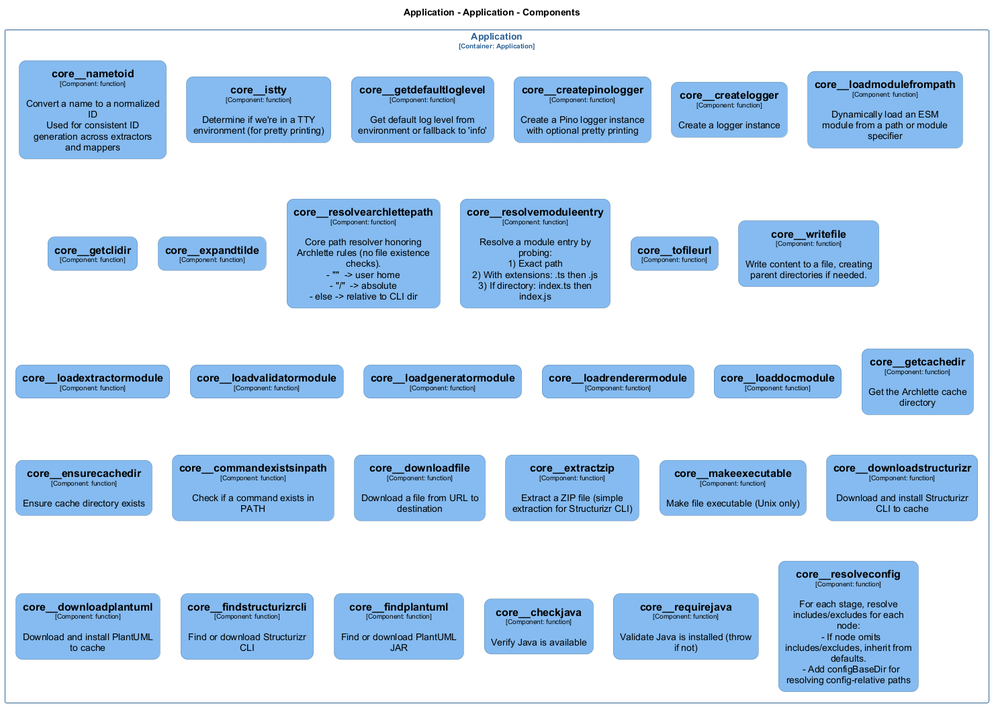
chrislyons-dev/archlette keeps this PlantUML diagram as src/templates/docs/architecture/diagrams/structurizr-Classes_default_container__core.png. Above is the earlier version.
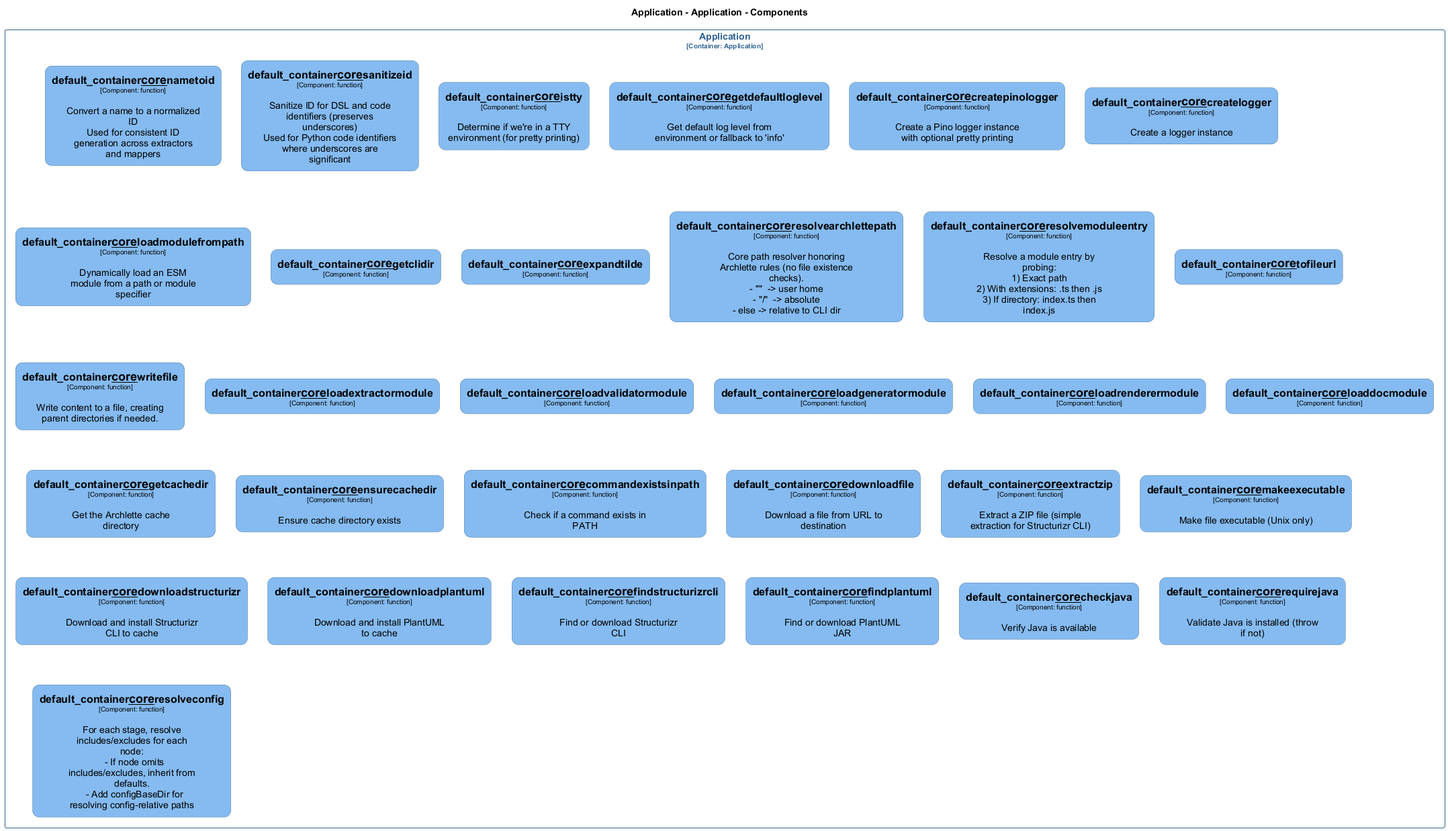
After the commit.

What changed in the source:
```diff
@@ -18,3 +18,3 @@
 
-skinparam rectangle<<Application.Application.core__checkjava>> {
+skinparam rectangle<<Application.Application.default_container__core__checkjava>> {
   BackgroundColor #85bbf0
@@ -25,3 +25,3 @@
 }
-skinparam rectangle<<Application.Application.core__commandexistsinpath>> {
+skinparam rectangle<<Application.Application.default_container__core__commandexistsinpath>> {
   BackgroundColor #85bbf0
@@ -32,3 +32,3 @@
 }
-skinparam rectangle<<Application.Application.core__createlogger>> {
+skinparam rectangle<<Application.Application.default_container__core__createlogger>> {
   BackgroundColor #85bbf0
@@ -39,3 +39,3 @@
 }
-skinparam rectangle<<Application.Application.core__createpinologger>> {
+skinparam rectangle<<Application.Application.default_container__core__createpinologger>> {
   BackgroundColor #85bbf0
@@ -46,3 +46,3 @@
 }
-skinparam rectangle<<Application.Application.core__downloadfile>> {
+skinparam rectangle<<Application.Application.default_container__core__downloadfile>> {
   BackgroundColor #85bbf0
@@ -53,3 +53,3 @@
 }
-skinparam rectangle<<Application.Application.core__downloadplantuml>> {
+skinparam rectangle<<Application.Application.default_container__core__downloadplantuml>> {
   BackgroundColor #85bbf0
@@ -60,3 +60,3 @@
 }
-skinparam rectangle<<Application.Application.core__downloadstructurizr>> {
+skinparam rectangle<<Application.Application.default_container__core__downloadstructurizr>> {
   BackgroundColor #85bbf0
@@ -67,3 +67,3 @@
 }
-skinparam rectangle<<Application.Application.core__ensurecachedir>> {
+skinparam rectangle<<Application.Application.default_container__core__ensurecachedir>> {
   BackgroundColor #85bbf0
@@ -74,3 +74,3 @@
 }
-skinparam rectangle<<Application.Application.core__expandtilde>> {
+skinparam rectangle<<Application.Application.default_container__core__expandtilde>> {
   BackgroundColor #85bbf0
@@ -81,3 +81,3 @@
 }
-skinparam rectangle<<Application.Application.core__extractzip>> {
+skinparam rectangle<<Application.Application.default_container__core__extractzip>> {
   BackgroundColor #85bbf0
@@ -88,3 +88,3 @@
 }
-skinparam rectangle<<Application.Application.core__findplantuml>> {
+skinparam rectangle<<Application.Application.default_container__core__findplantuml>> {
   BackgroundColor #85bbf0
@@ -95,3 +95,3 @@
 }
-skinparam rectangle<<Application.Application.core__findstructurizrcli>> {
+skinparam rectangle<<Application.Application.default_container__core__findstructurizrcli>> {
   BackgroundColor #85bbf0
@@ -102,3 +102,3 @@
 }
-skinparam rectangle<<Application.Application.core__getcachedir>> {
+skinparam rectangle<<Application.Application.default_container__core__getcachedir>> {
   BackgroundColor #85bbf0
@@ -109,3 +109,3 @@
 }
-skinparam rectangle<<Application.Application.core__getclidir>> {
+skinparam rectangle<<Application.Application.default_container__core__getclidir>> {
   BackgroundColor #85bbf0
@@ -116,3 +116,3 @@
 }
-skinparam rectangle<<Application.Application.core__getdefaultloglevel>> {
+skinparam rectangle<<Application.Application.default_container__core__getdefaultloglevel>> {
   BackgroundColor #85bbf0
@@ -123,3 +123,3 @@
 }
-skinparam rectangle<<Application.Application.core__istty>> {
+skinparam rectangle<<Application.Application.default_container__core__istty>> {
   BackgroundColor #85bbf0
@@ -130,3 +130,3 @@
 }
-skinparam rectangle<<Application.Application.core__loaddocmodule>> {
+skinparam rectangle<<Application.Application.default_container__core__loaddocmodule>> {
   BackgroundColor #85bbf0
@@ -137,3 +137,3 @@
 }
-skinparam rectangle<<Application.Application.core__loadextractormodule>> {
+skinparam rectangle<<Application.Application.default_container__core__loadextractormodule>> {
   BackgroundColor #85bbf0
@@ -144,3 +144,3 @@
 }
-skinparam rectangle<<Application.Application.core__loadgeneratormodule>> {
+skinparam rectangle<<Application.Application.default_container__core__loadgeneratormodule>> {
   BackgroundColor #85bbf0
@@ -151,3 +151,3 @@
 }
-skinparam rectangle<<Application.Application.core__loadmodulefrompath>> {
+skinparam rectangle<<Application.Application.default_container__core__loadmodulefrompath>> {
   BackgroundColor #85bbf0
@@ -158,3 +158,3 @@
 }
-skinparam rectangle<<Application.Application.core__loadrenderermodule>> {
+skinparam rectangle<<Application.Application.default_container__core__loadrenderermodule>> {
   BackgroundColor #85bbf0
@@ -165,3 +165,3 @@
 }
-skinparam rectangle<<Application.Application.core__loadvalidatormodule>> {
+skinparam rectangle<<Application.Application.default_container__core__loadvalidatormodule>> {
   BackgroundColor #85bbf0
@@ -172,3 +172,3 @@
 }
-skinparam rectangle<<Application.Application.core__makeexecutable>> {
+skinparam rectangle<<Application.Application.default_container__core__makeexecutable>> {
   BackgroundColor #85bbf0
@@ -179,3 +179,3 @@
 }
-skinparam rectangle<<Application.Application.core__nametoid>> {
+skinparam rectangle<<Application.Application.default_container__core__nametoid>> {
   BackgroundColor #85bbf0
@@ -186,3 +186,3 @@
 }
-skinparam rectangle<<Application.Application.core__requirejava>> {
+skinparam rectangle<<Application.Application.default_container__core__requirejava>> {
   BackgroundColor #85bbf0
@@ -193,3 +193,3 @@
 }
-skinparam rectangle<<Application.Application.core__resolvearchlettepath>> {
+skinparam rectangle<<Application.Application.default_container__core__resolvearchlettepath>> {
   BackgroundColor #85bbf0
@@ -200,3 +200,3 @@
 }
-skinparam rectangle<<Application.Application.core__resolveconfig>> {
+skinparam rectangle<<Application.Application.default_container__core__resolveconfig>> {
   BackgroundColor #85bbf0
@@ -207,3 +207,3 @@
 }
-skinparam rectangle<<Application.Application.core__resolvemoduleentry>> {
+skinparam rectangle<<Application.Application.default_container__core__resolvemoduleentry>> {
   BackgroundColor #85bbf0
@@ -214,3 +214,3 @@
 }
-skinparam rectangle<<Application.Application.core__tofileurl>> {
+skinparam rectangle<<Application.Application.default_container__core__sanitizeid>> {
   BackgroundColor #85bbf0
@@ -221,3 +221,10 @@
 }
-skinparam rectangle<<Application.Application.core__writefile>> {
+skinparam rectangle<<Application.Application.default_container__core__tofileurl>> {
+  BackgroundColor #85bbf0
+  FontColor #000000
+  BorderColor #5d82a8
+  roundCorner 20
+  shadowing false
+}
+skinparam rectangle<<Application.Application.default_container__core__writefile>> {
   BackgroundColor #85bbf0
@@ -235,32 +242,33 @@
 rectangle "Application\n<size:10>[Container: Application]</size>" <<Application.Application>> {
-  rectangle "==core__nametoid\n<size:10>[Component: function]</size>\n\nConvert a name to a normalized ID\nUsed for consistent ID generation across extractors and mappers" <<Application.Application.core__nametoid>> as Application.Application.core__nametoid
-  rectangle "==core__istty\n<size:10>[Component: function]</size>\n\nDetermine if we're in a TTY environment (for pretty printing)" <<Application.Application.core__istty>> as Application.Application.core__istty
-  rectangle "==core__getdefaultloglevel\n<size:10>[Component: function]</size>\n\nGet default log level from environment or fallback to 'info'" <<Application.Application.core__getdefaultloglevel>> as Application.Application.core__getdefaultloglevel
-  rectangle "==core__createpinologger\n<size:10>[Component: function]</size>\n\nCreate a Pino logger instance with optional pretty printing" <<Application.Application.core__createpinologger>> as Application.Application.core__createpinologger
-  rectangle "==core__createlogger\n<size:10>[Component: function]</size>\n\nCreate a logger instance" <<Application.Application.core__createlogger>> as Application.Application.core__createlogger
-  rectangle "==core__loadmodulefrompath\n<size:10>[Component: function]</size>\n\nDynamically load an ESM module from a path or module specifier" <<Application.Application.core__loadmodulefrompath>> as Application.Application.core__loadmodulefrompath
-  rectangle "==core__getclidir\n<size:10>[Component: function]</size>" <<Application.Application.core__getclidir>> as Application.Application.core__getclidir
-  rectangle "==core__expandtilde\n<size:10>[Component: function]</size>" <<Application.Application.core__expandtilde>> as Application.Application.core__expandtilde
-  rectangle "==core__resolvearchlettepath\n<size:10>[Component: function]</size>\n\nCore path resolver honoring Archlette rules (no file existence checks).\n- "~"  -> user home\n- "/"  -> absolute\n- else -> relative to CLI dir" <<Application.Application.core__resolvearchlettepath>> as Application.Application.core__resolvearchlettepath
-  rectangle "==core__resolvemoduleentry\n<size:10>[Component: function]</size>\n\nResolve a module entry by probing:\n1) Exact path\n2) With extensions: .ts then .js\n3) If directory: index.ts then index.js" <<Application.Application.core__resolvemoduleentry>> as Application.Application.core__resolvemoduleentry
-  rectangle "==core__tofileurl\n<size:10>[Component: function]</size>" <<Application.Application.core__tofileurl>> as Application.Application.core__tofileurl
-  rectangle "==core__writefile\n<size:10>[Component: function]</size>\n\nWrite content to a file, creating parent directories if needed." <<Application.Application.core__writefile>> as Application.Application.core__writefile
-  rectangle "==core__loadextractormodule\n<size:10>[Component: function]</size>" <<Application.Application.core__loadextractormodule>> as Application.Application.core__loadextractormodule
-  rectangle "==core__loadvalidatormodule\n<size:10>[Component: function]</size>" <<Application.Application.core__loadvalidatormodule>> as Application.Application.core__loadvalidatormodule
-  rectangle "==core__loadgeneratormodule\n<size:10>[Component: function]</size>" <<Application.Application.core__loadgeneratormodule>> as Application.Application.core__loadgeneratormodule
-  rectangle "==core__loadrenderermodule\n<size:10>[Component: function]</size>" <<Application.Application.core__loadrenderermodule>> as Application.Application.core__loadrenderermodule
-  rectangle "==core__loaddocmodule\n<size:10>[Component: function]</size>" <<Application.Application.core__loaddocmodule>> as Application.Application.core__loaddocmodule
-  rectangle "==core__getcachedir\n<size:10>[Component: function]</size>\n\nGet the Archlette cache directory" <<Application.Application.core__getcachedir>> as Application.Application.core__getcachedir
-  rectangle "==core__ensurecachedir\n<size:10>[Component: function]</size>\n\nEnsure cache directory exists" <<Application.Application.core__ensurecachedir>> as Application.Application.core__ensurecachedir
-  rectangle "==core__commandexistsinpath\n<size:10>[Component: function]</size>\n\nCheck if a command exists in PATH" <<Application.Application.core__commandexistsinpath>> as Application.Application.core__commandexistsinpath
-  rectangle "==core__downloadfile\n<size:10>[Component: function]</size>\n\nDownload a file from URL to destination" <<Application.Application.core__downloadfile>> as Application.Application.core__downloadfile
-  rectangle "==core__extractzip\n<size:10>[Component: function]</size>\n\nExtract a ZIP file (simple extraction for Structurizr CLI)" <<Application.Application.core__extractzip>> as Application.Application.core__extractzip
-  rectangle "==core__makeexecutable\n<size:10>[Component: function]</size>\n\nMake file executable (Unix only)" <<Application.Application.core__makeexecutable>> as Application.Application.core__makeexecutable
-  rectangle "==core__downloadstructurizr\n<size:10>[Component: function]</size>\n\nDownload and install Structurizr CLI to cache" <<Application.Application.core__downloadstructurizr>> as Application.Application.core__downloadstructurizr
-  rectangle "==core__downloadplantuml\n<size:10>[Component: function]</size>\n\nDownload and install PlantUML to cache" <<Application.Application.core__downloadplantuml>> as Application.Application.core__downloadplantuml
-  rectangle "==core__findstructurizrcli\n<size:10>[Component: function]</size>\n\nFind or download Structurizr CLI" <<Application.Application.core__findstructurizrcli>> as Application.Application.core__findstructurizrcli
-  rectangle "==core__findplantuml\n<size:10>[Component: function]</size>\n\nFind or download PlantUML JAR" <<Application.Application.core__findplantuml>> as Application.Application.core__findplantuml
-  rectangle "==core__checkjava\n<size:10>[Component: function]</size>\n\nVerify Java is available" <<Application.Application.core__checkjava>> as Application.Application.core__checkjava
-  rectangle "==core__requirejava\n<size:10>[Component: function]</size>\n\nValidate Java is installed (throw if not)" <<Application.Application.core__requirejava>> as Application.Application.core__requirejava
-  rectangle "==core__resolveconfig\n<size:10>[Component: function]</size>\n\nFor each stage, resolve includes/excludes for each node:\n  - If node omits includes/excludes, inherit from defaults.\n  - Add configBaseDir for resolving config-relative paths" <<Application.Application.core__resolveconfig>> as Application.Application.core__resolveconfig
+  rectangle "==default_container__core__nametoid\n<size:10>[Component: function]</size>\n\nConvert a name to a normalized ID\nUsed for consistent ID generation across extractors and mappers" <<Application.Application.default_container__core__nametoid>> as Application.Application.default_container__core__nametoid
+  rectangle "==default_container__core__sanitizeid\n<size:10>[Component: function]</size>\n\nSanitize ID for DSL and code identifiers (preserves underscores)\nUsed for Python code identifiers where underscores are significant" <<Application.Application.default_container__core__sanitizeid>> as Application.Application.default_container__core__sanitizeid
+  rectangle "==default_container__core__istty\n<size:10>[Component: function]</size>\n\nDetermine if we're in a TTY environment (for pretty printing)" <<Application.Application.default_container__core__istty>> as Application.Application.default_container__core__istty
+  rectangle "==default_container__core__getdefaultloglevel\n<size:10>[Component: function]</size>\n\nGet default log level from environment or fallback to 'info'" <<Application.Application.default_container__core__getdefaultloglevel>> as Application.Application.default_container__core__getdefaultloglevel
+  rectangle "==default_container__core__createpinologger\n<size:10>[Component: function]</size>\n\nCreate a Pino logger instance with optional pretty printing" <<Application.Application.default_container__core__createpinologger>> as Application.Application.default_container__core__createpinologger
+  rectangle "==default_container__core__createlogger\n<size:10>[Component: function]</size>\n\nCreate a logger instance" <<Application.Application.default_container__core__createlogger>> as Application.Application.default_container__core__createlogger
+  rectangle "==default_container__core__loadmodulefrompath\n<size:10>[Component: function]</size>\n\nDynamically load an ESM module from a path or module specifier" <<Application.Application.default_container__core__loadmodulefrompath>> as Application.Application.default_container__core__loadmodulefrompath
+  rectangle "==default_container__core__getclidir\n<size:10>[Component: function]</size>" <<Application.Application.default_container__core__getclidir>> as Application.Application.default_container__core__getclidir
+  rectangle "==default_container__core__expandtilde\n<size:10>[Component: function]</size>" <<Application.Application.default_container__core__expandtilde>> as Application.Application.default_container__core__expandtilde
+  rectangle "==default_container__core__resolvearchlettepath\n<size:10>[Component: function]</size>\n\nCore path resolver honoring Archlette rules (no file existence checks).\n- "~"  -> user home\n- "/"  -> absolute\n- else -> relative to CLI dir" <<Application.Application.default_container__core__resolvearchlettepath>> as Application.Application.default_container__core__resolvearchlettepath
+  rectangle "==default_container__core__resolvemoduleentry\n<size:10>[Component: function]</size>\n\nResolve a module entry by probing:\n1) Exact path\n2) With extensions: .ts then .js\n3) If directory: index.ts then index.js" <<Application.Application.default_container__core__resolvemoduleentry>> as Application.Application.default_container__core__resolvemoduleentry
+  rectangle "==default_container__core__tofileurl\n<size:10>[Component: function]</size>" <<Application.Application.default_container__core__tofileurl>> as Application.Application.default_container__core__tofileurl
+  rectangle "==default_container__core__writefile\n<size:10>[Component: function]</size>\n\nWrite content to a file, creating parent directories if needed." <<Application.Application.default_container__core__writefile>> as Application.Application.default_container__core__writefile
+  rectangle "==default_container__core__loadextractormodule\n<size:10>[Component: function]</size>" <<Application.Application.default_container__core__loadextractormodule>> as Application.Application.default_container__core__loadextractormodule
+  rectangle "==default_container__core__loadvalidatormodule\n<size:10>[Component: function]</size>" <<Application.Application.default_container__core__loadvalidatormodule>> as Application.Application.default_container__core__loadvalidatormodule
+  rectangle "==default_container__core__loadgeneratormodule\n<size:10>[Component: function]</size>" <<Application.Application.default_container__core__loadgeneratormodule>> as Application.Application.default_container__core__loadgeneratormodule
+  rectangle "==default_container__core__loadrenderermodule\n<size:10>[Component: function]</size>" <<Application.Application.default_container__core__loadrenderermodule>> as Application.Application.default_container__core__loadrenderermodule
+  rectangle "==default_container__core__loaddocmodule\n<size:10>[Component: function]</size>" <<Application.Application.default_container__core__loaddocmodule>> as Application.Application.default_container__core__loaddocmodule
+  rectangle "==default_container__core__getcachedir\n<size:10>[Component: function]</size>\n\nGet the Archlette cache directory" <<Application.Application.default_container__core__getcachedir>> as Application.Application.default_container__core__getcachedir
+  rectangle "==default_container__core__ensurecachedir\n<size:10>[Component: function]</size>\n\nEnsure cache directory exists" <<Application.Application.default_container__core__ensurecachedir>> as Application.Application.default_container__core__ensurecachedir
+  rectangle "==default_container__core__commandexistsinpath\n<size:10>[Component: function]</size>\n\nCheck if a command exists in PATH" <<Application.Application.default_container__core__commandexistsinpath>> as Application.Application.default_container__core__commandexistsinpath
+  rectangle "==default_container__core__downloadfile\n<size:10>[Component: function]</size>\n\nDownload a file from URL to destination" <<Application.Application.default_container__core__downloadfile>> as Application.Application.default_container__core__downloadfile
+  rectangle "==default_container__core__extractzip\n<size:10>[Component: function]</size>\n\nExtract a ZIP file (simple extraction for Structurizr CLI)" <<Application.Application.default_container__core__extractzip>> as Application.Application.default_container__core__extractzip
+  rectangle "==default_container__core__makeexecutable\n<size:10>[Component: function]</size>\n\nMake file executable (Unix only)" <<Application.Application.default_container__core__makeexecutable>> as Application.Application.default_container__core__makeexecutable
+  rectangle "==default_container__core__downloadstructurizr\n<size:10>[Component: function]</size>\n\nDownload and install Structurizr CLI to cache" <<Application.Application.default_container__core__downloadstructurizr>> as Application.Application.default_container__core__downloadstructurizr
+  rectangle "==default_container__core__downloadplantuml\n<size:10>[Component: function]</size>\n\nDownload and install PlantUML to cache" <<Application.Application.default_container__core__downloadplantuml>> as Application.Application.default_container__core__downloadplantuml
+  rectangle "==default_container__core__findstructurizrcli\n<size:10>[Component: function]</size>\n\nFind or download Structurizr CLI" <<Application.Application.default_container__core__findstructurizrcli>> as Application.Application.default_container__core__findstructurizrcli
+  rectangle "==default_container__core__findplantuml\n<size:10>[Component: function]</size>\n\nFind or download PlantUML JAR" <<Application.Application.default_container__core__findplantuml>> as Application.Application.default_container__core__findplantuml
+  rectangle "==default_container__core__checkjava\n<size:10>[Component: function]</size>\n\nVerify Java is available" <<Application.Application.default_container__core__checkjava>> as Application.Application.default_container__core__checkjava
+  rectangle "==default_container__core__requirejava\n<size:10>[Component: function]</size>\n\nValidate Java is installed (throw if not)" <<Application.Application.default_container__core__requirejava>> as Application.Application.default_container__core__requirejava
+  rectangle "==default_container__core__resolveconfig\n<size:10>[Component: function]</size>\n\nFor each stage, resolve includes/excludes for each node:\n  - If node omits includes/excludes, inherit from defaults.\n  - Add configBaseDir for resolving config-relative paths" <<Application.Application.default_container__core__resolveconfig>> as Application.Application.default_container__core__resolveconfig
 }
```
